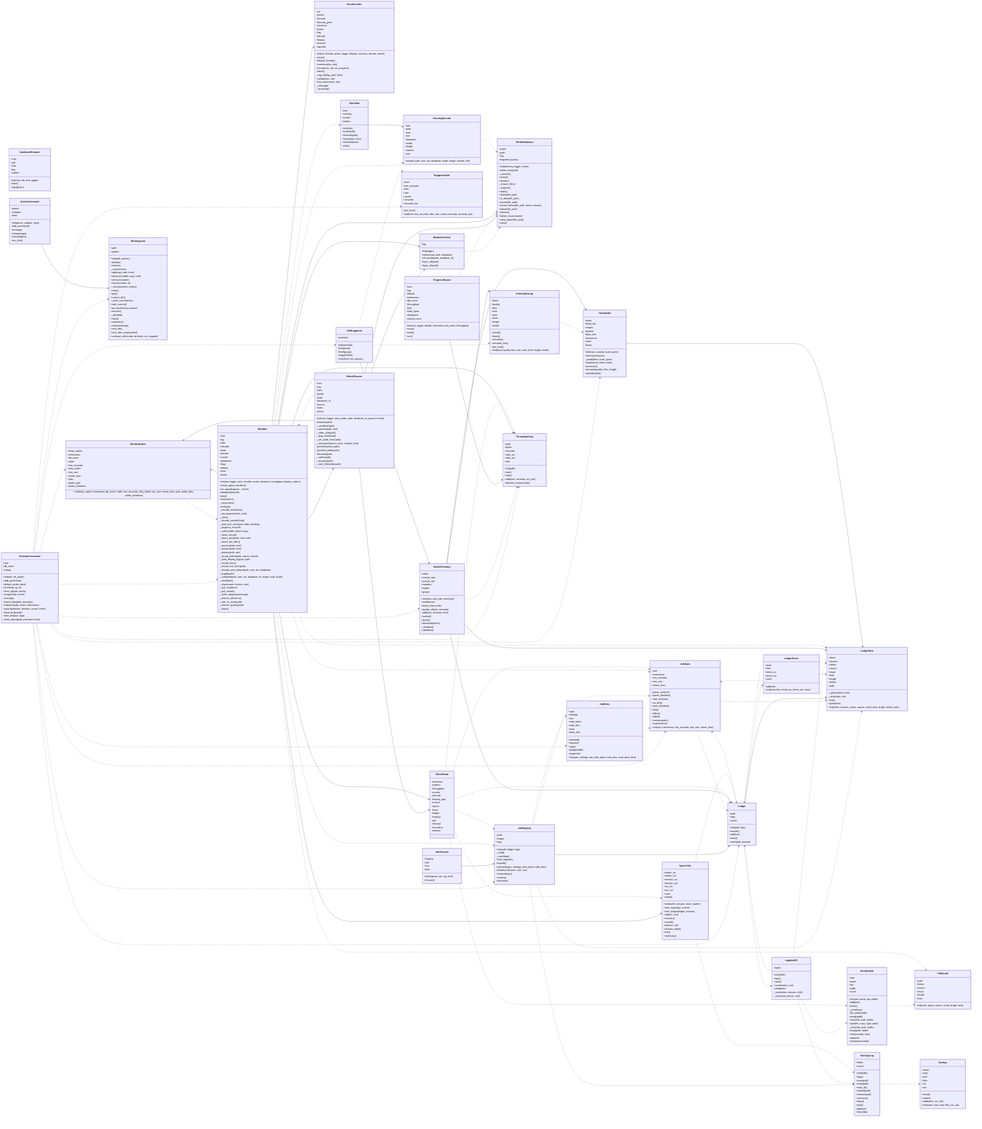
Above: docs/img/uml_shrink.png in peddanet/mediatools (Mermaid), before the change. Its source is kept beside it as docs/img/uml_shrink.mmd.
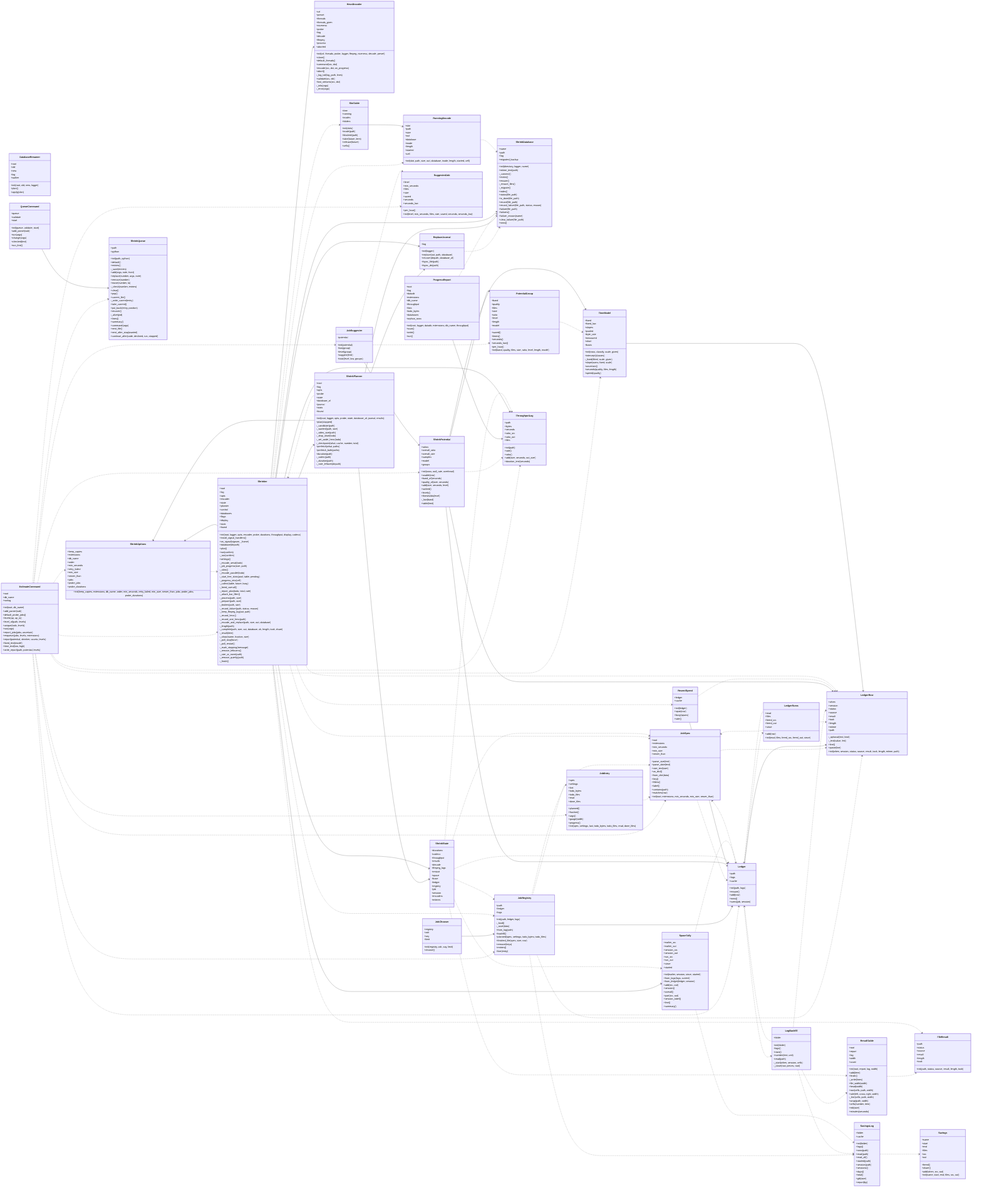
The same diagram one commit later.

Commit message:
Docs: API reference, class diagrams and PDFs for the recent speed

Diff of the diagram source:
```diff
@@ -312,6 +312,14 @@
     +checked(text)
     +run_first()
   }
+  class RecentSpeed {
+    +ledger
+    +cache
+    +init(ledger)
+    +span(row)
+    +busy(spans)
+    +rate()
+  }
   class ResultTable {
     +root
     +report
@@ -580,6 +588,8 @@
   ProgressReport ..> ShrinkDatabase
   ProgressReport --> ThroughputLog
   QueueCommand --> ShrinkQueue
+  RecentSpeed --> Ledger
+  RecentSpeed ..> LedgerRow
   ResultTable ..> FileResult
   SavingsLog ..> Savings
   Shrinker ..> FileResult
@@ -587,6 +597,7 @@
   Shrinker ..> JobRegistry
   Shrinker ..> JobSpec
   Shrinker ..> LedgerRow
+  Shrinker ..> RecentSpeed
   Shrinker --> ReplaceJournal
   Shrinker ..> RunningEncode
   Shrinker --> ShrinkDatabase
```
